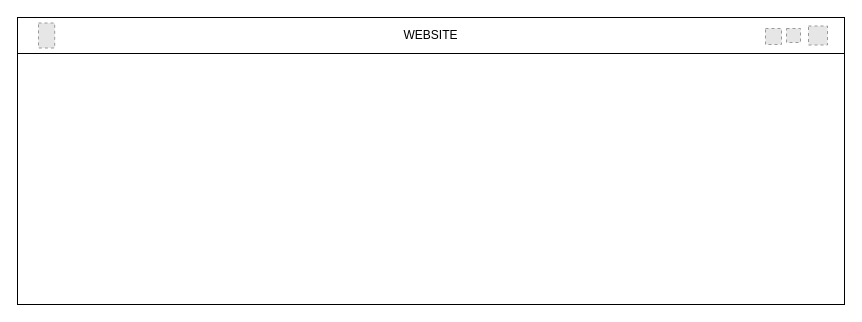
Above: Untitled Diagram.drawio in ayushi1719/ecommerce (draw.io), before the change. Source tidied: cells renumbered, new cells numbered last; positions are measured from the earlier drawing's top-left corner, leaving out a move shared by most shapes. Both pictures are drawn from the tidied source at 100%, with x=0, y=0 at pixel (17, 17). Pictures stored in the file or linked from it are replaced by grey dashed boxes.
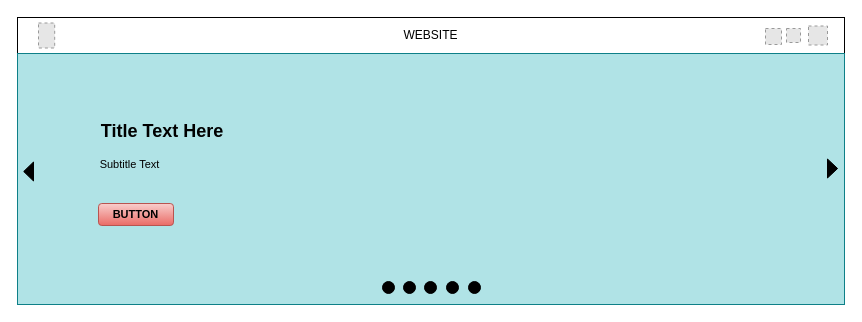
The same diagram, later.

Commit message:
Landing Page Design.drawio

The edit, as a diff of the source:
```diff
@@
 <mxGraphModel>
   <root>
     <mxCell id="0" />
     <mxCell id="1" parent="0" />
     <mxCell id="2" value="WEBSITE" style="rounded=0;whiteSpace=wrap;html=1;" parent="1" vertex="1">
       <mxGeometry width="827" height="36" as="geometry" />
     </mxCell>
     <mxCell id="3" style="fillColor=#E6E6E6;strokeColor=#999999;dashed=1;html=1;verticalAlign=top;verticalLabelPosition=bottom;labelBackgroundColor=#ffffff;" parent="1" vertex="1">
       <mxGeometry x="769" y="11" width="14" height="14" as="geometry" />
     </mxCell>
     <mxCell id="4" style="fillColor=#E6E6E6;strokeColor=#999999;dashed=1;html=1;verticalAlign=top;verticalLabelPosition=bottom;labelBackgroundColor=#ffffff;" parent="1" vertex="1">
       <mxGeometry x="791" y="8.5" width="19" height="19" as="geometry" />
     </mxCell>
     <mxCell id="5" style="fillColor=#E6E6E6;strokeColor=#999999;dashed=1;html=1;verticalAlign=top;verticalLabelPosition=bottom;labelBackgroundColor=#ffffff;" parent="1" vertex="1">
       <mxGeometry x="748" y="11" width="16" height="16" as="geometry" />
     </mxCell>
     <mxCell id="6" style="fillColor=#E6E6E6;strokeColor=#999999;dashed=1;html=1;verticalLabelPosition=bottom;labelBackgroundColor=#ffffff;verticalAlign=top;fontColor=default;" parent="1" vertex="1">
       <mxGeometry x="21" y="5.5" width="16.2" height="25" as="geometry" />
     </mxCell>
-    <mxCell id="7" style="rounded=0;whiteSpace=wrap;html=1;" parent="1" vertex="1">
+    <mxCell id="7" style="rounded=0;whiteSpace=wrap;html=1;glass=0;fillColor=#b0e3e6;strokeColor=#0e8088;" parent="1" vertex="1">
       <mxGeometry y="36" width="827" height="251" as="geometry" />
     </mxCell>
+    <mxCell id="8" value="&lt;b&gt;&lt;font style=&quot;font-size: 18px;&quot;&gt;Title Text Here&lt;/font&gt;&lt;/b&gt;" style="text;strokeColor=none;align=center;fillColor=none;html=1;verticalAlign=middle;whiteSpace=wrap;rounded=0;fontFamily=Helvetica;fontSize=12;fontColor=default;" parent="1" vertex="1">
+      <mxGeometry x="72" y="96" width="146" height="36" as="geometry" />
+    </mxCell>
+    <mxCell id="9" value="&lt;font style=&quot;font-size: 11px;&quot;&gt;Subtitle Text&lt;/font&gt;" style="text;strokeColor=none;align=center;fillColor=none;html=1;verticalAlign=middle;whiteSpace=wrap;rounded=0;fontFamily=Helvetica;fontSize=12;fontColor=default;" parent="1" vertex="1">
+      <mxGeometry x="76" y="132" width="73" height="30" as="geometry" />
+    </mxCell>
+    <mxCell id="10" value="&lt;b&gt;&lt;font style=&quot;font-size: 11px;&quot;&gt;BUTTON&lt;/font&gt;&lt;/b&gt;" style="rounded=1;whiteSpace=wrap;html=1;strokeColor=#b85450;align=center;verticalAlign=middle;fontFamily=Helvetica;fontSize=12;fillColor=#f8cecc;gradientColor=#ea6b66;" parent="1" vertex="1">
+      <mxGeometry x="81" y="186" width="75" height="22" as="geometry" />
+    </mxCell>
+    <mxCell id="11" style="shape=mxgraph.arrows2.wedgeArrow;html=1;startWidth=9.473684210526319;fillColor=strokeColor;defaultFillColor=invert;defaultGradientColor=invert;rounded=0;fontFamily=Helvetica;fontSize=12;fontColor=default;entryX=0.908;entryY=0.438;entryDx=0;entryDy=0;entryPerimeter=0;" parent="1" edge="1">
+      <mxGeometry relative="1" as="geometry">
+        <mxPoint x="16" y="154" as="sourcePoint" />
+        <mxPoint x="6.2" y="154" as="targetPoint" />
+      </mxGeometry>
+    </mxCell>
+    <mxCell id="12" style="shape=mxgraph.arrows2.wedgeArrow;html=1;startWidth=9.473684210526319;fillColor=strokeColor;defaultFillColor=invert;defaultGradientColor=invert;rounded=0;fontFamily=Helvetica;fontSize=12;fontColor=default;" parent="1" edge="1">
+      <mxGeometry relative="1" as="geometry">
+        <mxPoint x="810" y="151" as="sourcePoint" />
+        <mxPoint x="820.1" y="151" as="targetPoint" />
+      </mxGeometry>
+    </mxCell>
+    <mxCell id="13" style="ellipse;whiteSpace=wrap;html=1;rounded=0;strokeColor=default;align=center;verticalAlign=middle;fontFamily=Helvetica;fontSize=12;fontColor=default;fillColor=#000000;" parent="1" vertex="1">
+      <mxGeometry x="365" y="264" width="12" height="12" as="geometry" />
+    </mxCell>
+    <mxCell id="14" style="ellipse;whiteSpace=wrap;html=1;rounded=0;strokeColor=default;align=center;verticalAlign=middle;fontFamily=Helvetica;fontSize=12;fontColor=default;fillColor=#000000;" parent="1" vertex="1">
+      <mxGeometry x="386" y="264" width="12" height="12" as="geometry" />
+    </mxCell>
+    <mxCell id="15" style="ellipse;whiteSpace=wrap;html=1;rounded=0;strokeColor=default;align=center;verticalAlign=middle;fontFamily=Helvetica;fontSize=12;fontColor=default;fillColor=#000000;" parent="1" vertex="1">
+      <mxGeometry x="407" y="264" width="12" height="12" as="geometry" />
+    </mxCell>
+    <mxCell id="16" style="ellipse;whiteSpace=wrap;html=1;rounded=0;strokeColor=default;align=center;verticalAlign=middle;fontFamily=Helvetica;fontSize=12;fontColor=default;fillColor=#000000;" parent="1" vertex="1">
+      <mxGeometry x="429" y="264" width="12" height="12" as="geometry" />
+    </mxCell>
+    <mxCell id="17" style="ellipse;whiteSpace=wrap;html=1;rounded=0;strokeColor=default;align=center;verticalAlign=middle;fontFamily=Helvetica;fontSize=12;fontColor=default;fillColor=#000000;" parent="1" vertex="1">
+      <mxGeometry x="451" y="264" width="12" height="12" as="geometry" />
+    </mxCell>
   </root>
 </mxGraphModel>
```
